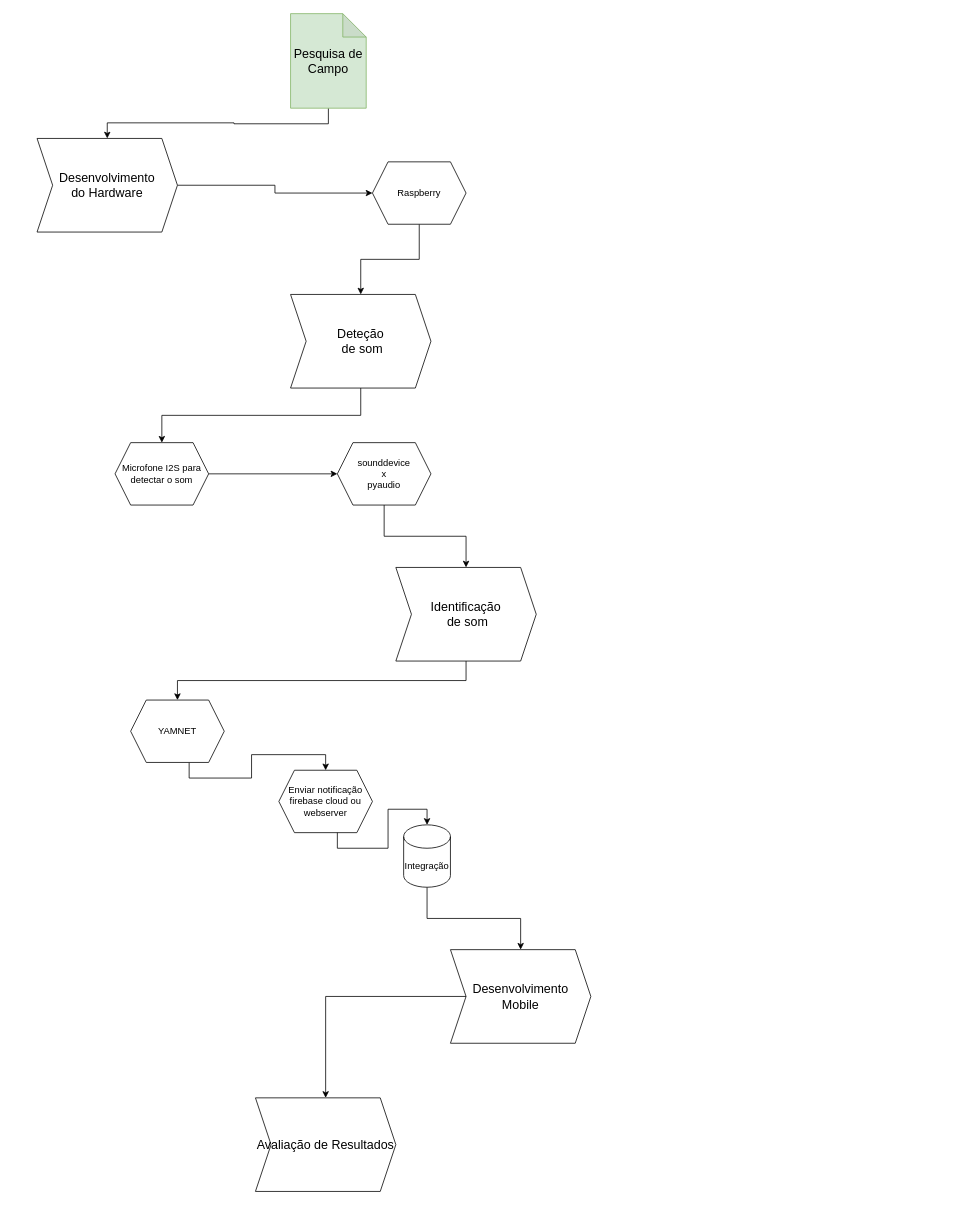
The draw.io diagram Metodologia.drawio in Guilo-s-Community/Guilo-World, before the edit. Source tidied: cells renumbered, new cells numbered last; positions are measured from the earlier drawing's top-left corner, leaving out a move shared by most shapes. Both pictures are drawn from the tidied source at 78%, with x=0, y=0 at pixel (37, 13).
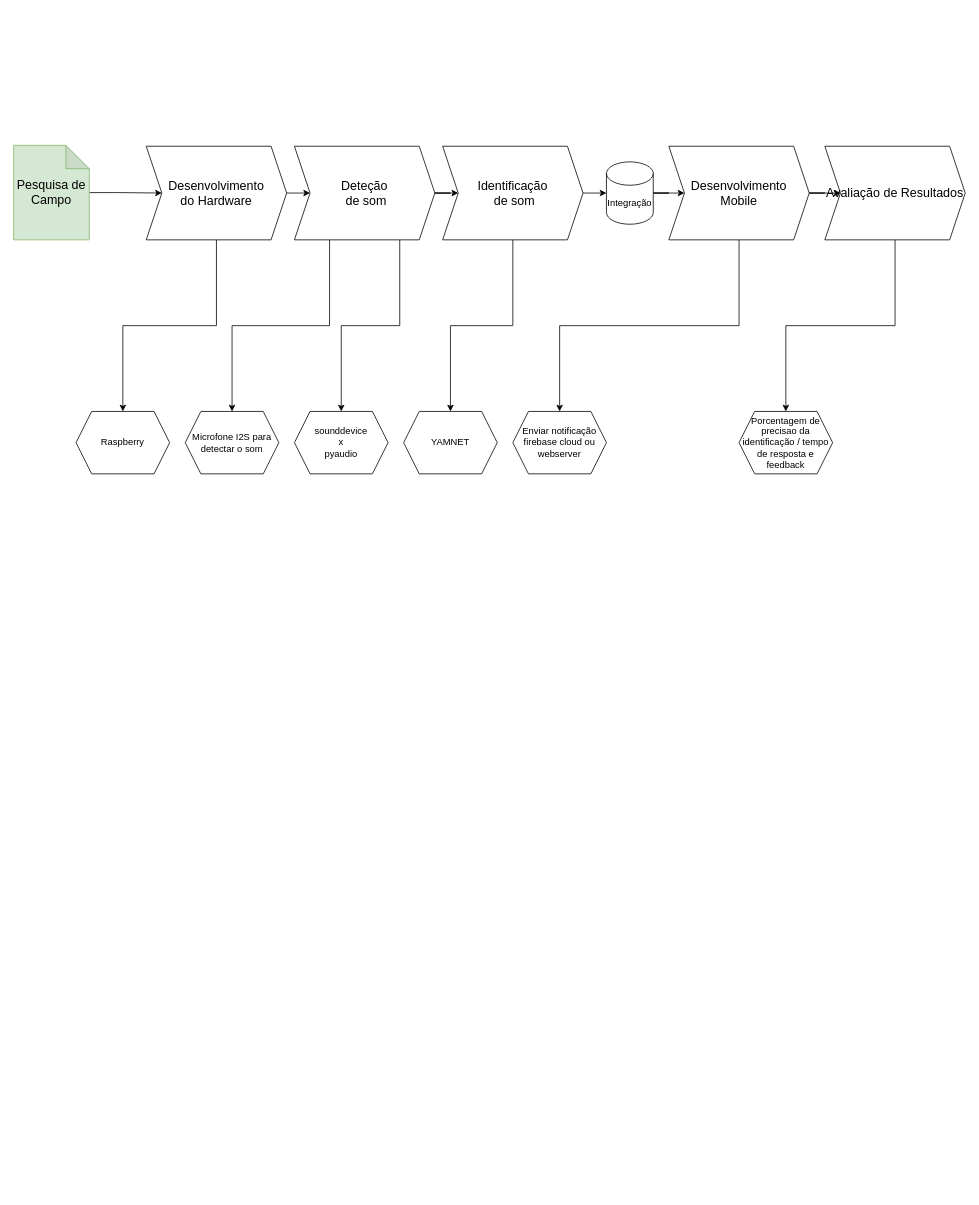
The same diagram, later.

Diff of the diagram source:
```diff
@@
-    <mxCell id="2" style="edgeStyle=orthogonalEdgeStyle;rounded=0;jettySize=auto;html=1;exitX=0.5;exitY=1;exitDx=0;exitDy=0;exitPerimeter=0;entryX=0.5;entryY=0;entryDx=0;entryDy=0;" parent="1" edge="1" source="3" target="5">
+    <mxCell id="2" style="edgeStyle=orthogonalEdgeStyle;rounded=0;jettySize=auto;html=1;entryX=0;entryY=0.5;entryDx=0;entryDy=0;" parent="1" edge="1" source="3" target="5">
       <mxGeometry relative="1" as="geometry" />
     </mxCell>
     <mxCell id="3" value="&lt;font style=&quot;font-size: 16px;&quot;&gt;Pesquisa de Campo&lt;/font&gt;" style="shape=note;whiteSpace=wrap;html=1;backgroundOutline=1;darkOpacity=0.05;fillColor=#d5e8d4;strokeColor=#82b366;" parent="1" vertex="1">
-      <mxGeometry x="325" width="97" height="121.2" as="geometry" />
+      <mxGeometry x="-30" y="168.8" width="97" height="121.2" as="geometry" />
     </mxCell>
+    <mxCell id="25" style="edgeStyle=orthogonalEdgeStyle;rounded=0;jettySize=auto;html=1;exitX=1;exitY=0.5;exitDx=0;exitDy=0;entryX=0;entryY=0.5;entryDx=0;entryDy=0;" parent="1" edge="1" source="5" target="7">
+      <mxGeometry relative="1" as="geometry" />
+    </mxCell>
-    <mxCell id="4" style="edgeStyle=orthogonalEdgeStyle;rounded=0;jettySize=auto;html=1;exitX=1;exitY=0.5;exitDx=0;exitDy=0;entryX=0;entryY=0.5;entryDx=0;entryDy=0;" parent="1" edge="1" source="5" target="18">
+    <mxCell id="4" style="edgeStyle=orthogonalEdgeStyle;rounded=0;jettySize=auto;html=1;exitX=0.5;exitY=1;exitDx=0;exitDy=0;entryX=0.5;entryY=0;entryDx=0;entryDy=0;" parent="1" edge="1" source="5" target="18">
       <mxGeometry relative="1" as="geometry" />
     </mxCell>
     <mxCell id="5" value="&lt;font style=&quot;font-size: 16px;&quot;&gt;Desenvolvimento&lt;/font&gt;&lt;div&gt;&lt;font style=&quot;font-size: 16px;&quot;&gt;do Hardware&lt;/font&gt;&lt;/div&gt;" style="shape=step;perimeter=stepPerimeter;whiteSpace=wrap;html=1;fixedSize=1;" parent="1" vertex="1">
-      <mxGeometry y="160" width="180" height="120" as="geometry" />
+      <mxGeometry x="140" y="170" width="180" height="120" as="geometry" />
     </mxCell>
+    <mxCell id="26" style="edgeStyle=orthogonalEdgeStyle;rounded=0;jettySize=auto;html=1;exitX=1;exitY=0.5;exitDx=0;exitDy=0;" parent="1" edge="1" source="7" target="9">
+      <mxGeometry relative="1" as="geometry" />
+    </mxCell>
-    <mxCell id="6" style="edgeStyle=orthogonalEdgeStyle;rounded=0;jettySize=auto;html=1;exitX=0.5;exitY=1;exitDx=0;exitDy=0;entryX=0.5;entryY=0;entryDx=0;entryDy=0;" parent="1" edge="1" source="7" target="14">
+    <mxCell id="6" style="edgeStyle=orthogonalEdgeStyle;rounded=0;jettySize=auto;html=1;exitX=0.25;exitY=1;exitDx=0;exitDy=0;entryX=0.5;entryY=0;entryDx=0;entryDy=0;" parent="1" edge="1" source="7" target="14">
       <mxGeometry relative="1" as="geometry" />
     </mxCell>
+    <mxCell id="27" style="edgeStyle=orthogonalEdgeStyle;rounded=0;jettySize=auto;html=1;exitX=0.75;exitY=1;exitDx=0;exitDy=0;entryX=0.5;entryY=0;entryDx=0;entryDy=0;" parent="1" edge="1" source="7" target="20">
+      <mxGeometry relative="1" as="geometry" />
+    </mxCell>
     <mxCell id="7" value="&lt;span style=&quot;font-size: 16px;&quot;&gt;Deteção&lt;/span&gt;&lt;div&gt;&lt;span style=&quot;font-size: 16px;&quot;&gt;&amp;nbsp;de som&lt;/span&gt;&lt;/div&gt;" style="shape=step;perimeter=stepPerimeter;whiteSpace=wrap;html=1;fixedSize=1;" parent="1" vertex="1">
-      <mxGeometry x="325" y="360" width="180" height="120" as="geometry" />
+      <mxGeometry x="330" y="170" width="180" height="120" as="geometry" />
     </mxCell>
@@
     <mxCell id="9" value="&lt;span style=&quot;font-size: 16px;&quot;&gt;Identificação&lt;/span&gt;&lt;div&gt;&lt;div&gt;&lt;span style=&quot;font-size: 16px;&quot;&gt;&amp;nbsp;de som&lt;/span&gt;&lt;/div&gt;&lt;/div&gt;" style="shape=step;perimeter=stepPerimeter;whiteSpace=wrap;html=1;fixedSize=1;" parent="1" vertex="1">
-      <mxGeometry x="460" y="710" width="180" height="120" as="geometry" />
+      <mxGeometry x="520" y="170" width="180" height="120" as="geometry" />
     </mxCell>
-    <mxCell id="10" style="edgeStyle=orthogonalEdgeStyle;rounded=0;jettySize=auto;html=1;entryX=0.5;entryY=0;entryDx=0;entryDy=0;" parent="1" edge="1" source="11" target="12">
+    <mxCell id="10" style="edgeStyle=orthogonalEdgeStyle;rounded=0;jettySize=auto;html=1;entryX=0;entryY=0.5;entryDx=0;entryDy=0;" parent="1" edge="1" source="11" target="12">
       <mxGeometry relative="1" as="geometry" />
     </mxCell>
+    <mxCell id="28" style="edgeStyle=orthogonalEdgeStyle;rounded=0;jettySize=auto;html=1;exitX=0.5;exitY=1;exitDx=0;exitDy=0;entryX=0.5;entryY=0;entryDx=0;entryDy=0;" parent="1" edge="1" source="11" target="21">
+      <mxGeometry relative="1" as="geometry" />
+    </mxCell>
     <mxCell id="11" value="&lt;span style=&quot;font-size: 16px;&quot;&gt;Desenvolvimento&lt;/span&gt;&lt;div&gt;&lt;span style=&quot;font-size: 16px;&quot;&gt;Mobile&lt;/span&gt;&lt;/div&gt;" style="shape=step;perimeter=stepPerimeter;whiteSpace=wrap;html=1;fixedSize=1;" parent="1" vertex="1">
-      <mxGeometry x="530" y="1200" width="180" height="120" as="geometry" />
+      <mxGeometry x="810" y="170" width="180" height="120" as="geometry" />
     </mxCell>
+    <mxCell id="29" style="edgeStyle=orthogonalEdgeStyle;rounded=0;jettySize=auto;html=1;exitX=0.5;exitY=1;exitDx=0;exitDy=0;entryX=0.5;entryY=0;entryDx=0;entryDy=0;" parent="1" edge="1" source="12" target="31">
+      <mxGeometry relative="1" as="geometry" />
+    </mxCell>
     <mxCell id="12" value="&lt;span style=&quot;font-size: 16px;&quot;&gt;Avaliação de Resultados&lt;/span&gt;" style="shape=step;perimeter=stepPerimeter;whiteSpace=wrap;html=1;fixedSize=1;" parent="1" vertex="1">
-      <mxGeometry x="280" y="1390" width="180" height="120" as="geometry" />
+      <mxGeometry x="1010" y="170" width="180" height="120" as="geometry" />
     </mxCell>
-    <mxCell id="13" style="edgeStyle=orthogonalEdgeStyle;rounded=0;jettySize=auto;html=1;exitX=1;exitY=0.5;exitDx=0;exitDy=0;entryX=0;entryY=0.5;entryDx=0;entryDy=0;" parent="1" edge="1" source="14" target="20">
-      <mxGeometry relative="1" as="geometry" />
-    </mxCell>
-    <mxCell id="14" value="Microfone I2S para detectar o som" style="shape=hexagon;perimeter=hexagonPerimeter2;whiteSpace=wrap;html=1;fixedSize=1;" parent="1" vertex="1">
-      <mxGeometry x="100" y="550" width="120" height="80" as="geometry" />
-    </mxCell>
-    <mxCell id="15" style="edgeStyle=orthogonalEdgeStyle;rounded=0;jettySize=auto;html=1;exitX=0.625;exitY=1;exitDx=0;exitDy=0;" parent="1" edge="1" source="16" target="21">
-      <mxGeometry relative="1" as="geometry" />
-    </mxCell>
-    <mxCell id="16" value="YAMNET" style="shape=hexagon;perimeter=hexagonPerimeter2;whiteSpace=wrap;html=1;fixedSize=1;" parent="1" vertex="1">
-      <mxGeometry x="120" y="880" width="120" height="80" as="geometry" />
-    </mxCell>
-    <mxCell id="17" style="edgeStyle=orthogonalEdgeStyle;rounded=0;jettySize=auto;html=1;exitX=0.5;exitY=1;exitDx=0;exitDy=0;entryX=0.5;entryY=0;entryDx=0;entryDy=0;" parent="1" edge="1" source="18" target="7">
-      <mxGeometry relative="1" as="geometry" />
-    </mxCell>
-    <mxCell id="18" value="Raspberry" style="shape=hexagon;perimeter=hexagonPerimeter2;whiteSpace=wrap;html=1;fixedSize=1;" parent="1" vertex="1">
-      <mxGeometry x="430" y="190" width="120" height="80" as="geometry" />
-    </mxCell>
-    <mxCell id="19" style="edgeStyle=orthogonalEdgeStyle;rounded=0;jettySize=auto;html=1;exitX=0.5;exitY=1;exitDx=0;exitDy=0;entryX=0.5;entryY=0;entryDx=0;entryDy=0;" parent="1" edge="1" source="20" target="9">
-      <mxGeometry relative="1" as="geometry" />
-    </mxCell>
-    <mxCell id="20" value="sounddevice&lt;div&gt;x&lt;br&gt;&lt;div&gt;pyaudio&lt;/div&gt;&lt;/div&gt;" style="shape=hexagon;perimeter=hexagonPerimeter2;whiteSpace=wrap;html=1;fixedSize=1;" parent="1" vertex="1">
-      <mxGeometry x="385" y="550" width="120" height="80" as="geometry" />
-    </mxCell>
-    <mxCell id="21" value="Enviar notificação&lt;div&gt;firebase cloud ou webserver&lt;/div&gt;" style="shape=hexagon;perimeter=hexagonPerimeter2;whiteSpace=wrap;html=1;fixedSize=1;" parent="1" vertex="1">
-      <mxGeometry x="310" y="970" width="120" height="80" as="geometry" />
-    </mxCell>
-    <mxCell id="22" style="edgeStyle=orthogonalEdgeStyle;rounded=0;jettySize=auto;html=1;exitX=0.5;exitY=1;exitDx=0;exitDy=0;exitPerimeter=0;entryX=0.5;entryY=0;entryDx=0;entryDy=0;" parent="1" edge="1" source="23" target="11">
+    <mxCell id="22" style="edgeStyle=orthogonalEdgeStyle;rounded=0;jettySize=auto;html=1;exitX=1;exitY=0.5;exitDx=0;exitDy=0;exitPerimeter=0;entryX=0;entryY=0.5;entryDx=0;entryDy=0;" parent="1" edge="1" source="23" target="11">
       <mxGeometry relative="1" as="geometry" />
     </mxCell>
     <mxCell id="23" value="Integração" style="shape=cylinder3;whiteSpace=wrap;html=1;boundedLbl=1;backgroundOutline=1;size=15;" parent="1" vertex="1">
-      <mxGeometry x="470" y="1040" width="60" height="80" as="geometry" />
+      <mxGeometry x="730" y="190" width="60" height="80" as="geometry" />
     </mxCell>
-    <mxCell id="24" style="edgeStyle=orthogonalEdgeStyle;rounded=0;jettySize=auto;html=1;exitX=0.625;exitY=1;exitDx=0;exitDy=0;entryX=0.5;entryY=0;entryDx=0;entryDy=0;entryPerimeter=0;" parent="1" edge="1" source="21" target="23">
-      <mxGeometry relative="1" as="geometry" />
-    </mxCell>
+    <mxCell id="30" style="edgeStyle=orthogonalEdgeStyle;rounded=0;jettySize=auto;html=1;exitX=1;exitY=0.5;exitDx=0;exitDy=0;entryX=0;entryY=0.5;entryDx=0;entryDy=0;entryPerimeter=0;" parent="1" edge="1" source="9" target="23">
+      <mxGeometry relative="1" as="geometry" />
+    </mxCell>
+    <mxCell id="18" value="Raspberry" style="shape=hexagon;perimeter=hexagonPerimeter2;whiteSpace=wrap;html=1;fixedSize=1;" parent="1" vertex="1">
+      <mxGeometry x="50" y="510" width="120" height="80" as="geometry" />
+    </mxCell>
+    <mxCell id="14" value="Microfone I2S para detectar o som" style="shape=hexagon;perimeter=hexagonPerimeter2;whiteSpace=wrap;html=1;fixedSize=1;" parent="1" vertex="1">
+      <mxGeometry x="190" y="510" width="120" height="80" as="geometry" />
+    </mxCell>
+    <mxCell id="20" value="sounddevice&lt;div&gt;x&lt;br&gt;&lt;div&gt;pyaudio&lt;/div&gt;&lt;/div&gt;" style="shape=hexagon;perimeter=hexagonPerimeter2;whiteSpace=wrap;html=1;fixedSize=1;" parent="1" vertex="1">
+      <mxGeometry x="330" y="510" width="120" height="80" as="geometry" />
+    </mxCell>
+    <mxCell id="16" value="YAMNET" style="shape=hexagon;perimeter=hexagonPerimeter2;whiteSpace=wrap;html=1;fixedSize=1;" parent="1" vertex="1">
+      <mxGeometry x="470" y="510" width="120" height="80" as="geometry" />
+    </mxCell>
+    <mxCell id="21" value="Enviar notificação&lt;div&gt;firebase cloud ou webserver&lt;/div&gt;" style="shape=hexagon;perimeter=hexagonPerimeter2;whiteSpace=wrap;html=1;fixedSize=1;" parent="1" vertex="1">
+      <mxGeometry x="610" y="510" width="120" height="80" as="geometry" />
+    </mxCell>
+    <mxCell id="31" value="Porcentagem de precisao da identificação / tempo de resposta e feedback" style="shape=hexagon;perimeter=hexagonPerimeter2;whiteSpace=wrap;html=1;fixedSize=1;" parent="1" vertex="1">
+      <mxGeometry x="900" y="510" width="120" height="80" as="geometry" />
+    </mxCell>
```
